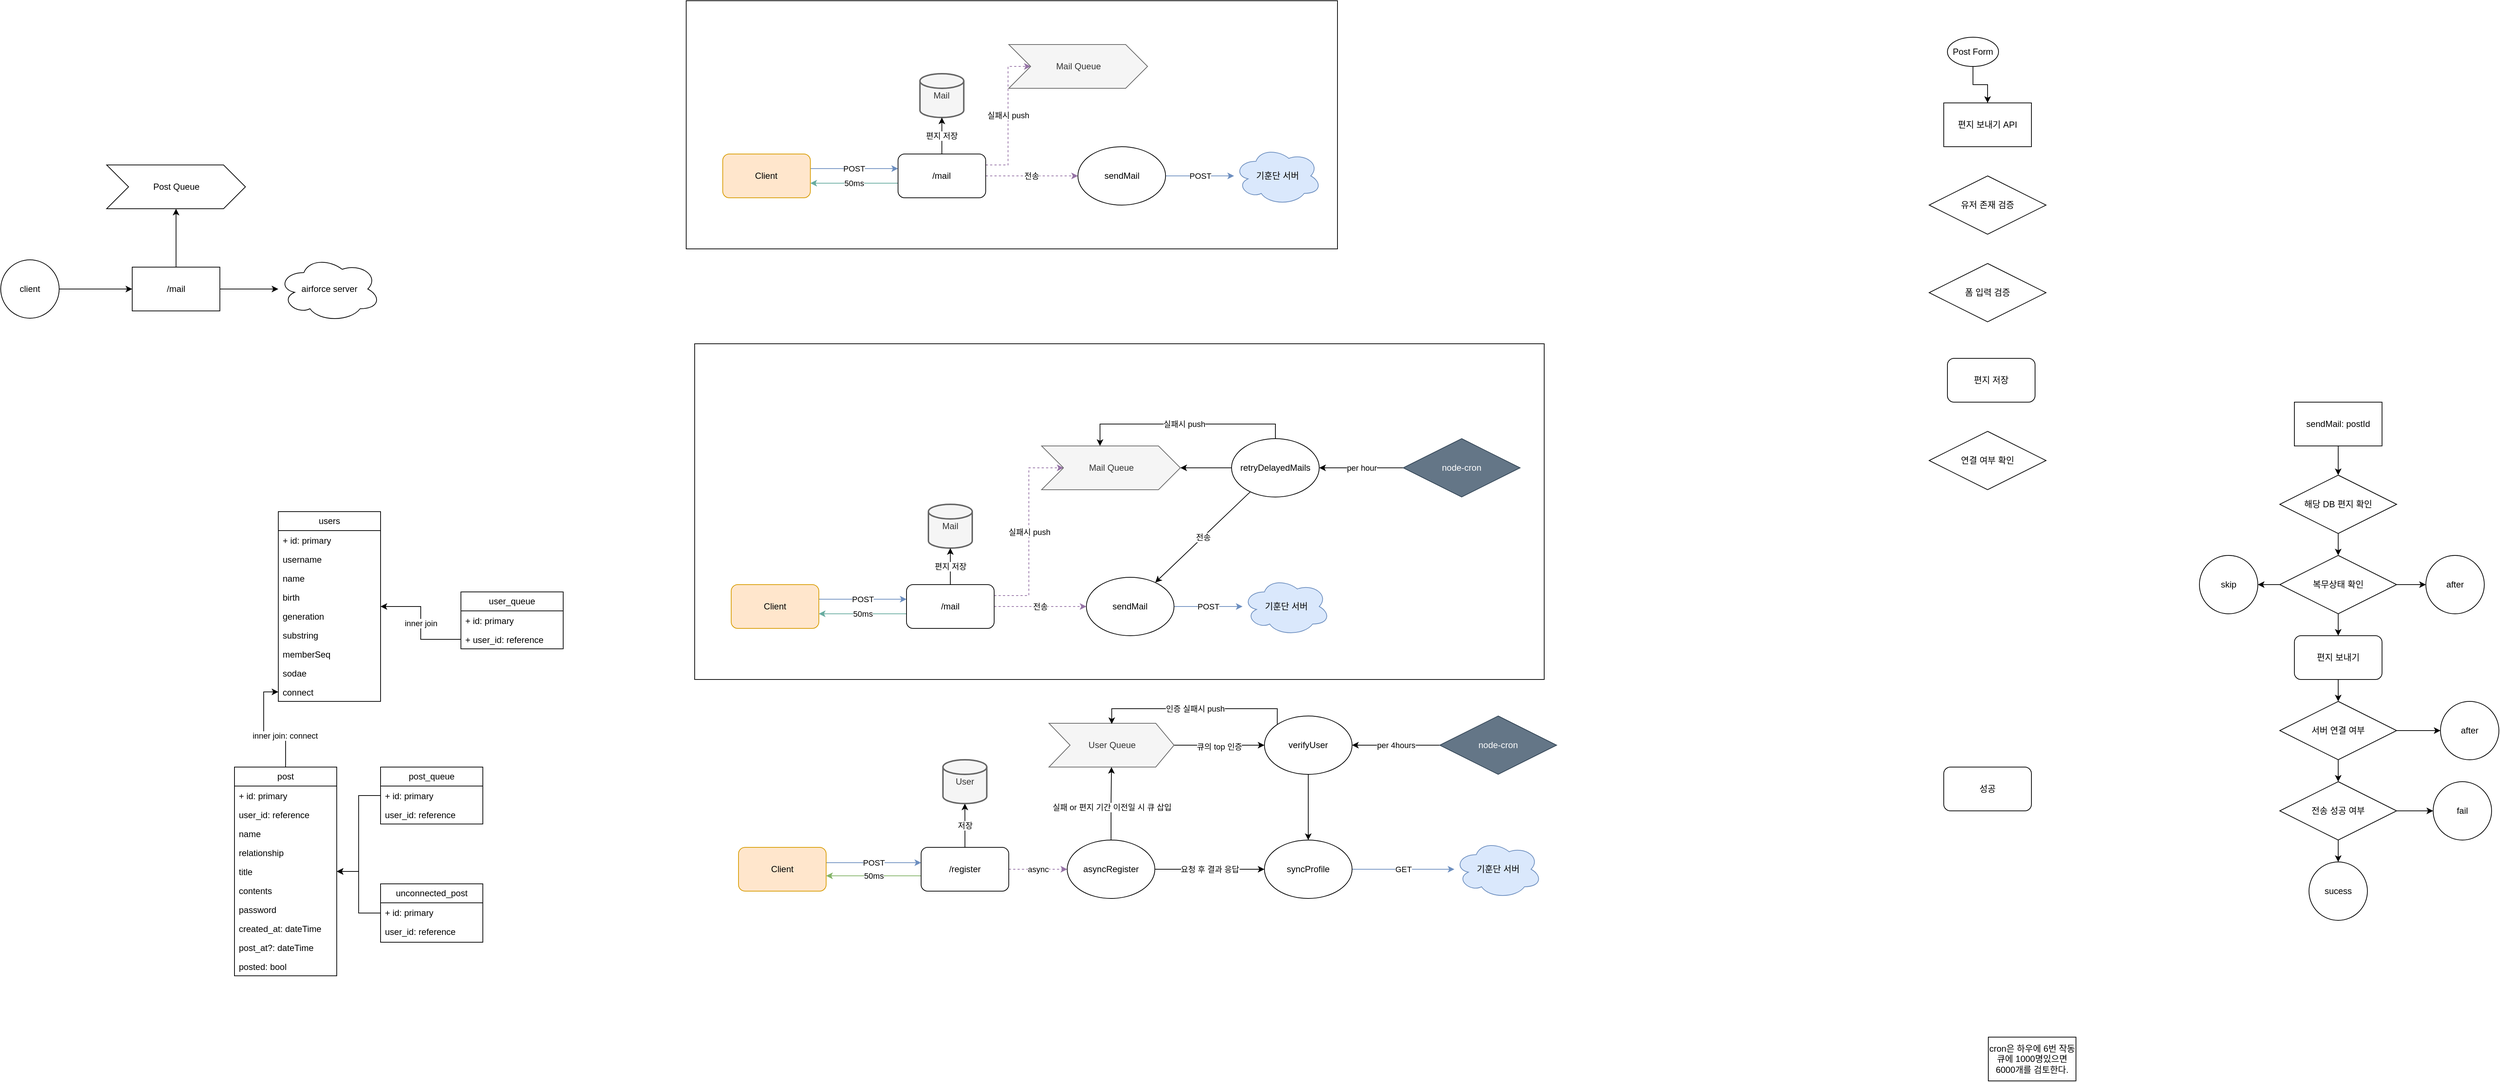
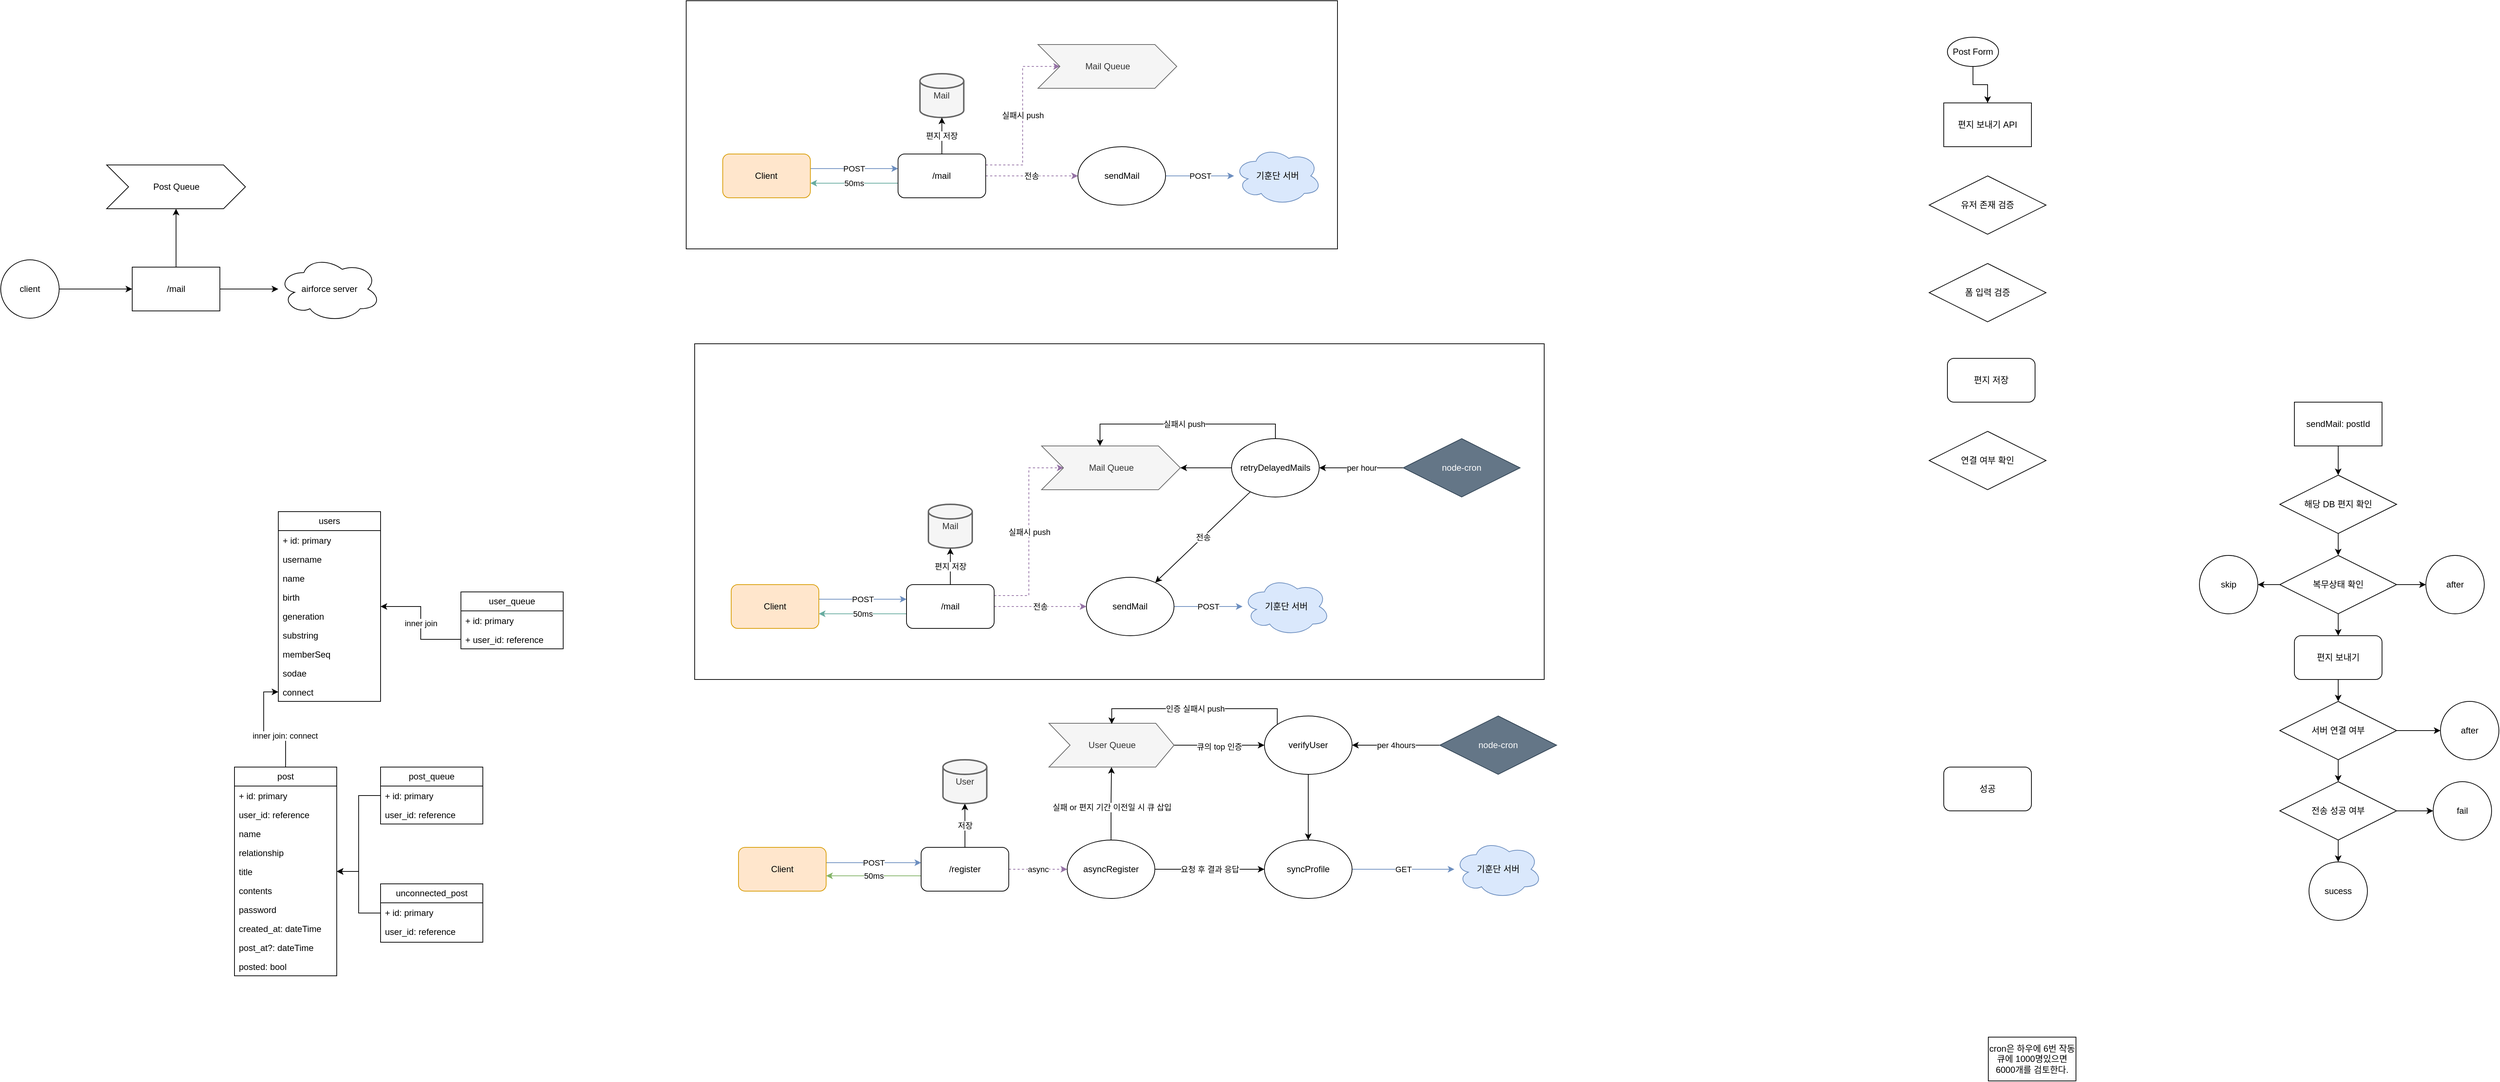
- <mxfile host="app.diagrams.net" modified="2024-05-12T14:31:56.970Z" agent="Mozilla/5.0 (Windows NT 10.0; Win64; x64) AppleWebKit/537.36 (KHTML, like Gecko) Chrome/98.0.4758.102 Safari/537.36" etag="_tGwEDB1oox2hrpPnAyr" version="24.4.0" type="github">
+ <mxfile host="app.diagrams.net" modified="2024-05-12T14:56:53.868Z" agent="Mozilla/5.0 (Windows NT 10.0; Win64; x64) AppleWebKit/537.36 (KHTML, like Gecko) Chrome/98.0.4758.102 Safari/537.36" etag="oG6iJlk55wp5_YJlJopc" version="24.4.0" type="github">
  <diagram name="페이지-1" id="YYIqQqlZSumYDMB_ZiYN">
-     <mxGraphModel dx="2193" dy="1897" grid="1" gridSize="10" guides="1" tooltips="1" connect="1" arrows="1" fold="1" page="1" pageScale="1" pageWidth="827" pageHeight="1169" math="0" shadow="0">
+     <mxGraphModel dx="2420" dy="1955" grid="1" gridSize="10" guides="1" tooltips="1" connect="1" arrows="1" fold="1" page="1" pageScale="1" pageWidth="827" pageHeight="1169" math="0" shadow="0">
      <root>
        <mxCell id="0" />
        <mxCell id="1" parent="0" />
        <mxCell id="cLTC8Ta03XSz9wgc8oL8-10" value="" style="rounded=0;whiteSpace=wrap;html=1;" vertex="1" parent="1">
          <mxGeometry x="710" y="20" width="1163" height="460" as="geometry" />
        </mxCell>
        <mxCell id="AZsRamwOxZUp80OkMe_C-2" value="users" style="swimlane;fontStyle=0;childLayout=stackLayout;horizontal=1;startSize=26;fillColor=none;horizontalStack=0;resizeParent=1;resizeParentMax=0;resizeLast=0;collapsible=1;marginBottom=0;whiteSpace=wrap;html=1;" parent="1" vertex="1">
          <mxGeometry x="140" y="250" width="140" height="260" as="geometry" />
        </mxCell>
        <mxCell id="AZsRamwOxZUp80OkMe_C-3" value="+ id: primary" style="text;strokeColor=none;fillColor=none;align=left;verticalAlign=top;spacingLeft=4;spacingRight=4;overflow=hidden;rotatable=0;points=[[0,0.5],[1,0.5]];portConstraint=eastwest;whiteSpace=wrap;html=1;" parent="AZsRamwOxZUp80OkMe_C-2" vertex="1">
          <mxGeometry y="26" width="140" height="26" as="geometry" />
        </mxCell>
        <mxCell id="AZsRamwOxZUp80OkMe_C-4" value="username" style="text;strokeColor=none;fillColor=none;align=left;verticalAlign=top;spacingLeft=4;spacingRight=4;overflow=hidden;rotatable=0;points=[[0,0.5],[1,0.5]];portConstraint=eastwest;whiteSpace=wrap;html=1;" parent="AZsRamwOxZUp80OkMe_C-2" vertex="1">
          <mxGeometry y="52" width="140" height="26" as="geometry" />
        </mxCell>
        <mxCell id="AZsRamwOxZUp80OkMe_C-5" value="name" style="text;strokeColor=none;fillColor=none;align=left;verticalAlign=top;spacingLeft=4;spacingRight=4;overflow=hidden;rotatable=0;points=[[0,0.5],[1,0.5]];portConstraint=eastwest;whiteSpace=wrap;html=1;" parent="AZsRamwOxZUp80OkMe_C-2" vertex="1">
          <mxGeometry y="78" width="140" height="26" as="geometry" />
        </mxCell>
        <mxCell id="AZsRamwOxZUp80OkMe_C-10" value="birth" style="text;strokeColor=none;fillColor=none;align=left;verticalAlign=top;spacingLeft=4;spacingRight=4;overflow=hidden;rotatable=0;points=[[0,0.5],[1,0.5]];portConstraint=eastwest;whiteSpace=wrap;html=1;" parent="AZsRamwOxZUp80OkMe_C-2" vertex="1">
          <mxGeometry y="104" width="140" height="26" as="geometry" />
        </mxCell>
        <mxCell id="AZsRamwOxZUp80OkMe_C-11" value="generation" style="text;strokeColor=none;fillColor=none;align=left;verticalAlign=top;spacingLeft=4;spacingRight=4;overflow=hidden;rotatable=0;points=[[0,0.5],[1,0.5]];portConstraint=eastwest;whiteSpace=wrap;html=1;" parent="AZsRamwOxZUp80OkMe_C-2" vertex="1">
          <mxGeometry y="130" width="140" height="26" as="geometry" />
        </mxCell>
        <mxCell id="AZsRamwOxZUp80OkMe_C-12" value="substring" style="text;strokeColor=none;fillColor=none;align=left;verticalAlign=top;spacingLeft=4;spacingRight=4;overflow=hidden;rotatable=0;points=[[0,0.5],[1,0.5]];portConstraint=eastwest;whiteSpace=wrap;html=1;" parent="AZsRamwOxZUp80OkMe_C-2" vertex="1">
          <mxGeometry y="156" width="140" height="26" as="geometry" />
        </mxCell>
        <mxCell id="AZsRamwOxZUp80OkMe_C-15" value="memberSeq" style="text;strokeColor=none;fillColor=none;align=left;verticalAlign=top;spacingLeft=4;spacingRight=4;overflow=hidden;rotatable=0;points=[[0,0.5],[1,0.5]];portConstraint=eastwest;whiteSpace=wrap;html=1;" parent="AZsRamwOxZUp80OkMe_C-2" vertex="1">
          <mxGeometry y="182" width="140" height="26" as="geometry" />
        </mxCell>
        <mxCell id="AZsRamwOxZUp80OkMe_C-14" value="sodae" style="text;strokeColor=none;fillColor=none;align=left;verticalAlign=top;spacingLeft=4;spacingRight=4;overflow=hidden;rotatable=0;points=[[0,0.5],[1,0.5]];portConstraint=eastwest;whiteSpace=wrap;html=1;" parent="AZsRamwOxZUp80OkMe_C-2" vertex="1">
          <mxGeometry y="208" width="140" height="26" as="geometry" />
        </mxCell>
        <mxCell id="AZsRamwOxZUp80OkMe_C-16" value="connect" style="text;strokeColor=none;fillColor=none;align=left;verticalAlign=top;spacingLeft=4;spacingRight=4;overflow=hidden;rotatable=0;points=[[0,0.5],[1,0.5]];portConstraint=eastwest;whiteSpace=wrap;html=1;" parent="AZsRamwOxZUp80OkMe_C-2" vertex="1">
          <mxGeometry y="234" width="140" height="26" as="geometry" />
        </mxCell>
        <mxCell id="AZsRamwOxZUp80OkMe_C-6" value="user_queue" style="swimlane;fontStyle=0;childLayout=stackLayout;horizontal=1;startSize=26;fillColor=none;horizontalStack=0;resizeParent=1;resizeParentMax=0;resizeLast=0;collapsible=1;marginBottom=0;whiteSpace=wrap;html=1;" parent="1" vertex="1">
          <mxGeometry x="390" y="360" width="140" height="78" as="geometry" />
        </mxCell>
        <mxCell id="AZsRamwOxZUp80OkMe_C-18" value="+ id: primary" style="text;strokeColor=none;fillColor=none;align=left;verticalAlign=top;spacingLeft=4;spacingRight=4;overflow=hidden;rotatable=0;points=[[0,0.5],[1,0.5]];portConstraint=eastwest;whiteSpace=wrap;html=1;" parent="AZsRamwOxZUp80OkMe_C-6" vertex="1">
          <mxGeometry y="26" width="140" height="26" as="geometry" />
        </mxCell>
        <mxCell id="AZsRamwOxZUp80OkMe_C-7" value="+ user_id: reference" style="text;strokeColor=none;fillColor=none;align=left;verticalAlign=top;spacingLeft=4;spacingRight=4;overflow=hidden;rotatable=0;points=[[0,0.5],[1,0.5]];portConstraint=eastwest;whiteSpace=wrap;html=1;" parent="AZsRamwOxZUp80OkMe_C-6" vertex="1">
          <mxGeometry y="52" width="140" height="26" as="geometry" />
        </mxCell>
        <mxCell id="AZsRamwOxZUp80OkMe_C-19" value="inner join" style="edgeStyle=orthogonalEdgeStyle;rounded=0;orthogonalLoop=1;jettySize=auto;html=1;" parent="1" source="AZsRamwOxZUp80OkMe_C-7" target="AZsRamwOxZUp80OkMe_C-2" edge="1">
          <mxGeometry relative="1" as="geometry" />
        </mxCell>
        <mxCell id="F6sanjwA14LKa2ckui42-2" style="edgeStyle=orthogonalEdgeStyle;rounded=0;orthogonalLoop=1;jettySize=auto;html=1;" parent="1" source="AZsRamwOxZUp80OkMe_C-20" target="AZsRamwOxZUp80OkMe_C-16" edge="1">
          <mxGeometry relative="1" as="geometry" />
        </mxCell>
        <mxCell id="F6sanjwA14LKa2ckui42-3" value="inner join: connect" style="edgeLabel;html=1;align=center;verticalAlign=middle;resizable=0;points=[];" parent="F6sanjwA14LKa2ckui42-2" vertex="1" connectable="0">
          <mxGeometry x="-0.4284" y="1" relative="1" as="geometry">
            <mxPoint as="offset" />
          </mxGeometry>
        </mxCell>
        <mxCell id="AZsRamwOxZUp80OkMe_C-20" value="post" style="swimlane;fontStyle=0;childLayout=stackLayout;horizontal=1;startSize=26;fillColor=none;horizontalStack=0;resizeParent=1;resizeParentMax=0;resizeLast=0;collapsible=1;marginBottom=0;whiteSpace=wrap;html=1;" parent="1" vertex="1">
          <mxGeometry x="80" y="600" width="140" height="286" as="geometry" />
        </mxCell>
        <mxCell id="AZsRamwOxZUp80OkMe_C-21" value="+ id: primary" style="text;strokeColor=none;fillColor=none;align=left;verticalAlign=top;spacingLeft=4;spacingRight=4;overflow=hidden;rotatable=0;points=[[0,0.5],[1,0.5]];portConstraint=eastwest;whiteSpace=wrap;html=1;" parent="AZsRamwOxZUp80OkMe_C-20" vertex="1">
          <mxGeometry y="26" width="140" height="26" as="geometry" />
        </mxCell>
        <mxCell id="AZsRamwOxZUp80OkMe_C-22" value="user_id: reference" style="text;strokeColor=none;fillColor=none;align=left;verticalAlign=top;spacingLeft=4;spacingRight=4;overflow=hidden;rotatable=0;points=[[0,0.5],[1,0.5]];portConstraint=eastwest;whiteSpace=wrap;html=1;" parent="AZsRamwOxZUp80OkMe_C-20" vertex="1">
          <mxGeometry y="52" width="140" height="26" as="geometry" />
        </mxCell>
        <mxCell id="AZsRamwOxZUp80OkMe_C-23" value="name" style="text;strokeColor=none;fillColor=none;align=left;verticalAlign=top;spacingLeft=4;spacingRight=4;overflow=hidden;rotatable=0;points=[[0,0.5],[1,0.5]];portConstraint=eastwest;whiteSpace=wrap;html=1;" parent="AZsRamwOxZUp80OkMe_C-20" vertex="1">
          <mxGeometry y="78" width="140" height="26" as="geometry" />
        </mxCell>
        <mxCell id="AZsRamwOxZUp80OkMe_C-24" value="relationship" style="text;strokeColor=none;fillColor=none;align=left;verticalAlign=top;spacingLeft=4;spacingRight=4;overflow=hidden;rotatable=0;points=[[0,0.5],[1,0.5]];portConstraint=eastwest;whiteSpace=wrap;html=1;" parent="AZsRamwOxZUp80OkMe_C-20" vertex="1">
          <mxGeometry y="104" width="140" height="26" as="geometry" />
        </mxCell>
        <mxCell id="AZsRamwOxZUp80OkMe_C-25" value="title" style="text;strokeColor=none;fillColor=none;align=left;verticalAlign=top;spacingLeft=4;spacingRight=4;overflow=hidden;rotatable=0;points=[[0,0.5],[1,0.5]];portConstraint=eastwest;whiteSpace=wrap;html=1;" parent="AZsRamwOxZUp80OkMe_C-20" vertex="1">
          <mxGeometry y="130" width="140" height="26" as="geometry" />
        </mxCell>
        <mxCell id="AZsRamwOxZUp80OkMe_C-26" value="contents" style="text;strokeColor=none;fillColor=none;align=left;verticalAlign=top;spacingLeft=4;spacingRight=4;overflow=hidden;rotatable=0;points=[[0,0.5],[1,0.5]];portConstraint=eastwest;whiteSpace=wrap;html=1;" parent="AZsRamwOxZUp80OkMe_C-20" vertex="1">
          <mxGeometry y="156" width="140" height="26" as="geometry" />
        </mxCell>
        <mxCell id="AZsRamwOxZUp80OkMe_C-27" value="password" style="text;strokeColor=none;fillColor=none;align=left;verticalAlign=top;spacingLeft=4;spacingRight=4;overflow=hidden;rotatable=0;points=[[0,0.5],[1,0.5]];portConstraint=eastwest;whiteSpace=wrap;html=1;" parent="AZsRamwOxZUp80OkMe_C-20" vertex="1">
          <mxGeometry y="182" width="140" height="26" as="geometry" />
        </mxCell>
        <mxCell id="AZsRamwOxZUp80OkMe_C-28" value="created_at: dateTime" style="text;strokeColor=none;fillColor=none;align=left;verticalAlign=top;spacingLeft=4;spacingRight=4;overflow=hidden;rotatable=0;points=[[0,0.5],[1,0.5]];portConstraint=eastwest;whiteSpace=wrap;html=1;" parent="AZsRamwOxZUp80OkMe_C-20" vertex="1">
          <mxGeometry y="208" width="140" height="26" as="geometry" />
        </mxCell>
        <mxCell id="AZsRamwOxZUp80OkMe_C-41" value="post_at?: dateTime" style="text;strokeColor=none;fillColor=none;align=left;verticalAlign=top;spacingLeft=4;spacingRight=4;overflow=hidden;rotatable=0;points=[[0,0.5],[1,0.5]];portConstraint=eastwest;whiteSpace=wrap;html=1;" parent="AZsRamwOxZUp80OkMe_C-20" vertex="1">
          <mxGeometry y="234" width="140" height="26" as="geometry" />
        </mxCell>
        <mxCell id="AZsRamwOxZUp80OkMe_C-42" value="posted: bool" style="text;strokeColor=none;fillColor=none;align=left;verticalAlign=top;spacingLeft=4;spacingRight=4;overflow=hidden;rotatable=0;points=[[0,0.5],[1,0.5]];portConstraint=eastwest;whiteSpace=wrap;html=1;" parent="AZsRamwOxZUp80OkMe_C-20" vertex="1">
          <mxGeometry y="260" width="140" height="26" as="geometry" />
        </mxCell>
        <mxCell id="F6sanjwA14LKa2ckui42-4" style="edgeStyle=orthogonalEdgeStyle;rounded=0;orthogonalLoop=1;jettySize=auto;html=1;" parent="1" source="AZsRamwOxZUp80OkMe_C-30" target="AZsRamwOxZUp80OkMe_C-20" edge="1">
          <mxGeometry relative="1" as="geometry" />
        </mxCell>
        <mxCell id="AZsRamwOxZUp80OkMe_C-30" value="post_queue" style="swimlane;fontStyle=0;childLayout=stackLayout;horizontal=1;startSize=26;fillColor=none;horizontalStack=0;resizeParent=1;resizeParentMax=0;resizeLast=0;collapsible=1;marginBottom=0;whiteSpace=wrap;html=1;" parent="1" vertex="1">
          <mxGeometry x="280" y="600" width="140" height="78" as="geometry" />
        </mxCell>
        <mxCell id="AZsRamwOxZUp80OkMe_C-31" value="+ id: primary" style="text;strokeColor=none;fillColor=none;align=left;verticalAlign=top;spacingLeft=4;spacingRight=4;overflow=hidden;rotatable=0;points=[[0,0.5],[1,0.5]];portConstraint=eastwest;whiteSpace=wrap;html=1;" parent="AZsRamwOxZUp80OkMe_C-30" vertex="1">
          <mxGeometry y="26" width="140" height="26" as="geometry" />
        </mxCell>
        <mxCell id="AZsRamwOxZUp80OkMe_C-32" value="user_id: reference" style="text;strokeColor=none;fillColor=none;align=left;verticalAlign=top;spacingLeft=4;spacingRight=4;overflow=hidden;rotatable=0;points=[[0,0.5],[1,0.5]];portConstraint=eastwest;whiteSpace=wrap;html=1;" parent="AZsRamwOxZUp80OkMe_C-30" vertex="1">
          <mxGeometry y="52" width="140" height="26" as="geometry" />
        </mxCell>
        <mxCell id="F6sanjwA14LKa2ckui42-5" style="edgeStyle=orthogonalEdgeStyle;rounded=0;orthogonalLoop=1;jettySize=auto;html=1;" parent="1" source="AZsRamwOxZUp80OkMe_C-46" target="AZsRamwOxZUp80OkMe_C-20" edge="1">
          <mxGeometry relative="1" as="geometry" />
        </mxCell>
        <mxCell id="AZsRamwOxZUp80OkMe_C-46" value="unconnected_post" style="swimlane;fontStyle=0;childLayout=stackLayout;horizontal=1;startSize=26;fillColor=none;horizontalStack=0;resizeParent=1;resizeParentMax=0;resizeLast=0;collapsible=1;marginBottom=0;whiteSpace=wrap;html=1;" parent="1" vertex="1">
          <mxGeometry x="280" y="760" width="140" height="80" as="geometry" />
        </mxCell>
        <mxCell id="AZsRamwOxZUp80OkMe_C-47" value="+ id: primary" style="text;strokeColor=none;fillColor=none;align=left;verticalAlign=top;spacingLeft=4;spacingRight=4;overflow=hidden;rotatable=0;points=[[0,0.5],[1,0.5]];portConstraint=eastwest;whiteSpace=wrap;html=1;" parent="AZsRamwOxZUp80OkMe_C-46" vertex="1">
          <mxGeometry y="26" width="140" height="26" as="geometry" />
        </mxCell>
        <mxCell id="AZsRamwOxZUp80OkMe_C-48" value="user_id: reference" style="text;strokeColor=none;fillColor=none;align=left;verticalAlign=top;spacingLeft=4;spacingRight=4;overflow=hidden;rotatable=0;points=[[0,0.5],[1,0.5]];portConstraint=eastwest;whiteSpace=wrap;html=1;" parent="AZsRamwOxZUp80OkMe_C-46" vertex="1">
          <mxGeometry y="52" width="140" height="28" as="geometry" />
        </mxCell>
        <mxCell id="wQPPLxiwdvjhVnuzjJRF-10" value="실패시 push" style="edgeStyle=elbowEdgeStyle;rounded=0;orthogonalLoop=1;jettySize=auto;html=1;fillColor=#e1d5e7;strokeColor=#9673a6;dashed=1;entryX=0;entryY=0.5;entryDx=30;entryDy=0;entryPerimeter=0;exitX=1;exitY=0.25;exitDx=0;exitDy=0;" parent="1" source="TXcI-fBlLuWAS2TPfB02-22" target="TXcI-fBlLuWAS2TPfB02-9" edge="1">
          <mxGeometry relative="1" as="geometry">
            <mxPoint x="1282.5" y="365" as="sourcePoint" />
          </mxGeometry>
        </mxCell>
        <mxCell id="wQPPLxiwdvjhVnuzjJRF-13" value="POST" style="rounded=0;orthogonalLoop=1;jettySize=auto;html=1;startArrow=none;startFill=0;fillColor=#dae8fc;strokeColor=#6c8ebf;" parent="1" source="wQPPLxiwdvjhVnuzjJRF-19" target="TXcI-fBlLuWAS2TPfB02-2" edge="1">
          <mxGeometry relative="1" as="geometry" />
        </mxCell>
        <mxCell id="TXcI-fBlLuWAS2TPfB02-2" value="기훈단 서버" style="ellipse;shape=cloud;whiteSpace=wrap;html=1;fillColor=#dae8fc;strokeColor=#6c8ebf;" parent="1" vertex="1">
          <mxGeometry x="1460" y="340" width="120" height="80" as="geometry" />
        </mxCell>
        <mxCell id="TXcI-fBlLuWAS2TPfB02-11" value="" style="edgeStyle=orthogonalEdgeStyle;rounded=0;orthogonalLoop=1;jettySize=auto;html=1;" parent="1" source="wQPPLxiwdvjhVnuzjJRF-23" target="TXcI-fBlLuWAS2TPfB02-9" edge="1">
          <mxGeometry relative="1" as="geometry">
            <mxPoint x="1449.9099999999999" y="220" as="targetPoint" />
            <Array as="points" />
          </mxGeometry>
        </mxCell>
        <mxCell id="TXcI-fBlLuWAS2TPfB02-9" value="Mail Queue" style="html=1;shadow=0;dashed=0;align=center;verticalAlign=middle;shape=mxgraph.arrows2.arrow;dy=0;dx=30;notch=30;fillColor=#f5f5f5;fontColor=#333333;strokeColor=#666666;" parent="1" vertex="1">
          <mxGeometry x="1184.91" y="160" width="190" height="60" as="geometry" />
        </mxCell>
        <mxCell id="TXcI-fBlLuWAS2TPfB02-21" value="POST" style="edgeStyle=orthogonalEdgeStyle;rounded=0;orthogonalLoop=1;jettySize=auto;html=1;fillColor=#dae8fc;strokeColor=#6c8ebf;" parent="1" source="TXcI-fBlLuWAS2TPfB02-19" target="TXcI-fBlLuWAS2TPfB02-22" edge="1">
          <mxGeometry relative="1" as="geometry">
            <mxPoint x="970" y="380" as="targetPoint" />
            <Array as="points">
              <mxPoint x="960" y="370" />
              <mxPoint x="960" y="370" />
            </Array>
          </mxGeometry>
        </mxCell>
        <mxCell id="TXcI-fBlLuWAS2TPfB02-19" value="Client" style="rounded=1;whiteSpace=wrap;html=1;fillColor=#ffe6cc;strokeColor=#d79b00;" parent="1" vertex="1">
          <mxGeometry x="760" y="350" width="120" height="60" as="geometry" />
        </mxCell>
        <mxCell id="TXcI-fBlLuWAS2TPfB02-20" value="Mail" style="strokeWidth=2;html=1;shape=mxgraph.flowchart.database;whiteSpace=wrap;fillColor=#f5f5f5;fontColor=#333333;strokeColor=#666666;" parent="1" vertex="1">
          <mxGeometry x="1030" y="240" width="60" height="60" as="geometry" />
        </mxCell>
        <mxCell id="TXcI-fBlLuWAS2TPfB02-23" value="편지 저장" style="edgeStyle=orthogonalEdgeStyle;rounded=0;orthogonalLoop=1;jettySize=auto;html=1;" parent="1" source="TXcI-fBlLuWAS2TPfB02-22" target="TXcI-fBlLuWAS2TPfB02-20" edge="1">
          <mxGeometry relative="1" as="geometry" />
        </mxCell>
        <mxCell id="TXcI-fBlLuWAS2TPfB02-24" value="전송" style="edgeStyle=orthogonalEdgeStyle;rounded=0;orthogonalLoop=1;jettySize=auto;html=1;dashed=1;fillColor=#e1d5e7;strokeColor=#9673a6;" parent="1" source="TXcI-fBlLuWAS2TPfB02-22" target="wQPPLxiwdvjhVnuzjJRF-19" edge="1">
          <mxGeometry relative="1" as="geometry">
            <mxPoint x="1260" y="380" as="targetPoint" />
          </mxGeometry>
        </mxCell>
        <mxCell id="TXcI-fBlLuWAS2TPfB02-26" value="50ms" style="edgeStyle=orthogonalEdgeStyle;rounded=0;orthogonalLoop=1;jettySize=auto;html=1;strokeColor=#67AB9F;" parent="1" source="TXcI-fBlLuWAS2TPfB02-22" target="TXcI-fBlLuWAS2TPfB02-19" edge="1">
          <mxGeometry relative="1" as="geometry">
            <Array as="points">
              <mxPoint x="960" y="390" />
              <mxPoint x="960" y="390" />
            </Array>
          </mxGeometry>
        </mxCell>
        <mxCell id="TXcI-fBlLuWAS2TPfB02-22" value="/mail" style="rounded=1;whiteSpace=wrap;html=1;" parent="1" vertex="1">
          <mxGeometry x="1000" y="350" width="120" height="60" as="geometry" />
        </mxCell>
        <mxCell id="wQPPLxiwdvjhVnuzjJRF-21" value="per hour" style="rounded=0;orthogonalLoop=1;jettySize=auto;html=1;edgeStyle=orthogonalEdgeStyle;" parent="1" source="TXcI-fBlLuWAS2TPfB02-27" target="wQPPLxiwdvjhVnuzjJRF-23" edge="1">
          <mxGeometry relative="1" as="geometry" />
        </mxCell>
        <mxCell id="TXcI-fBlLuWAS2TPfB02-27" value="node-cron" style="rhombus;whiteSpace=wrap;html=1;fillColor=#647687;fontColor=#ffffff;strokeColor=#314354;" parent="1" vertex="1">
          <mxGeometry x="1680" y="150" width="160" height="80" as="geometry" />
        </mxCell>
        <mxCell id="u-H9VCNATk9NBnKGN-eY-5" value="POST" style="edgeStyle=orthogonalEdgeStyle;rounded=0;orthogonalLoop=1;jettySize=auto;html=1;fillColor=#dae8fc;strokeColor=#6c8ebf;" parent="1" edge="1">
          <mxGeometry relative="1" as="geometry">
            <mxPoint x="890" y="731" as="sourcePoint" />
            <mxPoint x="1020" y="731" as="targetPoint" />
          </mxGeometry>
        </mxCell>
        <mxCell id="TXcI-fBlLuWAS2TPfB02-53" value="Client" style="rounded=1;whiteSpace=wrap;html=1;fillColor=#ffe6cc;strokeColor=#d79b00;" parent="1" vertex="1">
          <mxGeometry x="770.0000000000001" y="710" width="120" height="60" as="geometry" />
        </mxCell>
        <mxCell id="TXcI-fBlLuWAS2TPfB02-57" value="async" style="edgeStyle=orthogonalEdgeStyle;rounded=0;orthogonalLoop=1;jettySize=auto;html=1;dashed=1;fillColor=#e1d5e7;strokeColor=#9673a6;" parent="1" source="TXcI-fBlLuWAS2TPfB02-54" target="TXcI-fBlLuWAS2TPfB02-56" edge="1">
          <mxGeometry relative="1" as="geometry" />
        </mxCell>
        <mxCell id="TXcI-fBlLuWAS2TPfB02-59" value="50ms" style="edgeStyle=orthogonalEdgeStyle;rounded=0;orthogonalLoop=1;jettySize=auto;html=1;fillColor=#d5e8d4;strokeColor=#82b366;" parent="1" edge="1">
          <mxGeometry relative="1" as="geometry">
            <mxPoint x="1020" y="749" as="sourcePoint" />
            <mxPoint x="890" y="749" as="targetPoint" />
          </mxGeometry>
        </mxCell>
        <mxCell id="TXcI-fBlLuWAS2TPfB02-65" value="저장" style="edgeStyle=orthogonalEdgeStyle;rounded=0;orthogonalLoop=1;jettySize=auto;html=1;" parent="1" source="TXcI-fBlLuWAS2TPfB02-54" target="TXcI-fBlLuWAS2TPfB02-64" edge="1">
          <mxGeometry relative="1" as="geometry" />
        </mxCell>
        <mxCell id="TXcI-fBlLuWAS2TPfB02-54" value="/register" style="rounded=1;whiteSpace=wrap;html=1;" parent="1" vertex="1">
          <mxGeometry x="1020" y="710" width="120" height="60" as="geometry" />
        </mxCell>
        <mxCell id="TXcI-fBlLuWAS2TPfB02-69" style="edgeStyle=orthogonalEdgeStyle;rounded=0;orthogonalLoop=1;jettySize=auto;html=1;" parent="1" source="TXcI-fBlLuWAS2TPfB02-56" target="TXcI-fBlLuWAS2TPfB02-61" edge="1">
          <mxGeometry relative="1" as="geometry" />
        </mxCell>
        <mxCell id="y1SOeucjYuMJN-nhCAUV-7" value="실패 or 편지 기간 이전일 시 큐 삽입" style="edgeLabel;html=1;align=center;verticalAlign=middle;resizable=0;points=[];" parent="TXcI-fBlLuWAS2TPfB02-69" vertex="1" connectable="0">
          <mxGeometry x="-0.1037" y="-1" relative="1" as="geometry">
            <mxPoint as="offset" />
          </mxGeometry>
        </mxCell>
        <mxCell id="K3UKubzrvV4H-gYz2n_W-7" value="요청 후 결과 응답" style="edgeStyle=orthogonalEdgeStyle;rounded=0;orthogonalLoop=1;jettySize=auto;html=1;" parent="1" source="TXcI-fBlLuWAS2TPfB02-56" target="K3UKubzrvV4H-gYz2n_W-2" edge="1">
          <mxGeometry relative="1" as="geometry" />
        </mxCell>
        <mxCell id="TXcI-fBlLuWAS2TPfB02-56" value="asyncRegister" style="ellipse;whiteSpace=wrap;html=1;" parent="1" vertex="1">
          <mxGeometry x="1220" y="700" width="120" height="80" as="geometry" />
        </mxCell>
        <mxCell id="TXcI-fBlLuWAS2TPfB02-71" style="edgeStyle=orthogonalEdgeStyle;rounded=0;orthogonalLoop=1;jettySize=auto;html=1;" parent="1" source="TXcI-fBlLuWAS2TPfB02-61" target="K3UKubzrvV4H-gYz2n_W-4" edge="1">
          <mxGeometry relative="1" as="geometry">
            <mxPoint x="1440" y="610" as="targetPoint" />
          </mxGeometry>
        </mxCell>
        <mxCell id="y1SOeucjYuMJN-nhCAUV-8" value="큐의 top 인증" style="edgeLabel;html=1;align=center;verticalAlign=middle;resizable=0;points=[];" parent="TXcI-fBlLuWAS2TPfB02-71" vertex="1" connectable="0">
          <mxGeometry x="-0.0036" y="-2" relative="1" as="geometry">
            <mxPoint as="offset" />
          </mxGeometry>
        </mxCell>
        <mxCell id="TXcI-fBlLuWAS2TPfB02-61" value="User Queue" style="html=1;shadow=0;dashed=0;align=center;verticalAlign=middle;shape=mxgraph.arrows2.arrow;dy=0;dx=25;notch=29;fillColor=#f5f5f5;fontColor=#333333;strokeColor=#666666;" parent="1" vertex="1">
          <mxGeometry x="1195" y="540" width="171.25" height="60" as="geometry" />
        </mxCell>
        <mxCell id="TXcI-fBlLuWAS2TPfB02-64" value="User" style="strokeWidth=2;html=1;shape=mxgraph.flowchart.database;whiteSpace=wrap;fillColor=#f5f5f5;fontColor=#333333;strokeColor=#666666;" parent="1" vertex="1">
          <mxGeometry x="1049.91" y="590" width="60" height="60" as="geometry" />
        </mxCell>
        <mxCell id="TXcI-fBlLuWAS2TPfB02-66" value="기훈단 서버" style="ellipse;shape=cloud;whiteSpace=wrap;html=1;fillColor=#dae8fc;strokeColor=#6c8ebf;" parent="1" vertex="1">
          <mxGeometry x="1750" y="700" width="120" height="80" as="geometry" />
        </mxCell>
        <mxCell id="TXcI-fBlLuWAS2TPfB02-81" value="cron은 하우에 6번 작동&lt;div&gt;큐에 1000명있으면&lt;/div&gt;&lt;div&gt;6000개를 검토한다.&lt;/div&gt;" style="whiteSpace=wrap;html=1;" parent="1" vertex="1">
          <mxGeometry x="2481" y="970" width="120" height="60" as="geometry" />
        </mxCell>
        <mxCell id="6U6_2w2MqQ0kD7e6yzDg-1" value="편지 보내기 API" style="rounded=0;whiteSpace=wrap;html=1;" parent="1" vertex="1">
          <mxGeometry x="2420" y="-310" width="120" height="60" as="geometry" />
        </mxCell>
        <mxCell id="6U6_2w2MqQ0kD7e6yzDg-3" style="edgeStyle=orthogonalEdgeStyle;rounded=0;orthogonalLoop=1;jettySize=auto;html=1;" parent="1" source="6U6_2w2MqQ0kD7e6yzDg-2" target="6U6_2w2MqQ0kD7e6yzDg-1" edge="1">
          <mxGeometry relative="1" as="geometry" />
        </mxCell>
        <mxCell id="6U6_2w2MqQ0kD7e6yzDg-2" value="Post Form" style="ellipse;whiteSpace=wrap;html=1;" parent="1" vertex="1">
          <mxGeometry x="2425" y="-400" width="70" height="40" as="geometry" />
        </mxCell>
        <mxCell id="6U6_2w2MqQ0kD7e6yzDg-4" value="유저 존재 검증" style="rhombus;whiteSpace=wrap;html=1;" parent="1" vertex="1">
          <mxGeometry x="2400" y="-210" width="160" height="80" as="geometry" />
        </mxCell>
        <mxCell id="6U6_2w2MqQ0kD7e6yzDg-5" value="폼 입력 검증" style="rhombus;whiteSpace=wrap;html=1;" parent="1" vertex="1">
          <mxGeometry x="2400" y="-90" width="160" height="80" as="geometry" />
        </mxCell>
        <mxCell id="6U6_2w2MqQ0kD7e6yzDg-6" value="편지 저장" style="rounded=1;whiteSpace=wrap;html=1;" parent="1" vertex="1">
          <mxGeometry x="2425" y="40" width="120" height="60" as="geometry" />
        </mxCell>
        <mxCell id="6U6_2w2MqQ0kD7e6yzDg-7" value="연결 여부 확인" style="rhombus;whiteSpace=wrap;html=1;" parent="1" vertex="1">
          <mxGeometry x="2400" y="140" width="160" height="80" as="geometry" />
        </mxCell>
        <mxCell id="6U6_2w2MqQ0kD7e6yzDg-30" style="edgeStyle=orthogonalEdgeStyle;rounded=0;orthogonalLoop=1;jettySize=auto;html=1;" parent="1" source="6U6_2w2MqQ0kD7e6yzDg-10" target="6U6_2w2MqQ0kD7e6yzDg-40" edge="1">
          <mxGeometry relative="1" as="geometry">
            <mxPoint x="2960" y="410" as="targetPoint" />
            <Array as="points" />
          </mxGeometry>
        </mxCell>
        <mxCell id="6U6_2w2MqQ0kD7e6yzDg-31" style="edgeStyle=orthogonalEdgeStyle;rounded=0;orthogonalLoop=1;jettySize=auto;html=1;" parent="1" source="6U6_2w2MqQ0kD7e6yzDg-10" target="6U6_2w2MqQ0kD7e6yzDg-22" edge="1">
          <mxGeometry relative="1" as="geometry" />
        </mxCell>
        <mxCell id="6U6_2w2MqQ0kD7e6yzDg-33" style="edgeStyle=orthogonalEdgeStyle;rounded=0;orthogonalLoop=1;jettySize=auto;html=1;" parent="1" source="6U6_2w2MqQ0kD7e6yzDg-10" target="6U6_2w2MqQ0kD7e6yzDg-32" edge="1">
          <mxGeometry relative="1" as="geometry" />
        </mxCell>
        <mxCell id="6U6_2w2MqQ0kD7e6yzDg-10" value="복무상태 확인" style="rhombus;whiteSpace=wrap;html=1;" parent="1" vertex="1">
          <mxGeometry x="2880" y="310" width="160" height="80" as="geometry" />
        </mxCell>
        <mxCell id="6U6_2w2MqQ0kD7e6yzDg-35" style="edgeStyle=orthogonalEdgeStyle;rounded=0;orthogonalLoop=1;jettySize=auto;html=1;" parent="1" source="6U6_2w2MqQ0kD7e6yzDg-11" target="6U6_2w2MqQ0kD7e6yzDg-34" edge="1">
          <mxGeometry relative="1" as="geometry" />
        </mxCell>
        <mxCell id="6U6_2w2MqQ0kD7e6yzDg-39" style="edgeStyle=orthogonalEdgeStyle;rounded=0;orthogonalLoop=1;jettySize=auto;html=1;" parent="1" source="6U6_2w2MqQ0kD7e6yzDg-11" target="6U6_2w2MqQ0kD7e6yzDg-36" edge="1">
          <mxGeometry relative="1" as="geometry" />
        </mxCell>
        <mxCell id="6U6_2w2MqQ0kD7e6yzDg-11" value="서버 연결 여부" style="rhombus;whiteSpace=wrap;html=1;" parent="1" vertex="1">
          <mxGeometry x="2880" y="510" width="160" height="80" as="geometry" />
        </mxCell>
        <mxCell id="6U6_2w2MqQ0kD7e6yzDg-12" value="성공" style="rounded=1;whiteSpace=wrap;html=1;" parent="1" vertex="1">
          <mxGeometry x="2420" y="600" width="120" height="60" as="geometry" />
        </mxCell>
        <mxCell id="6U6_2w2MqQ0kD7e6yzDg-16" style="edgeStyle=orthogonalEdgeStyle;rounded=0;orthogonalLoop=1;jettySize=auto;html=1;" parent="1" source="6U6_2w2MqQ0kD7e6yzDg-13" target="6U6_2w2MqQ0kD7e6yzDg-15" edge="1">
          <mxGeometry relative="1" as="geometry" />
        </mxCell>
        <mxCell id="6U6_2w2MqQ0kD7e6yzDg-13" value="sendMail: postId" style="rounded=0;whiteSpace=wrap;html=1;" parent="1" vertex="1">
          <mxGeometry x="2900" y="100" width="120" height="60" as="geometry" />
        </mxCell>
        <mxCell id="6U6_2w2MqQ0kD7e6yzDg-17" style="edgeStyle=orthogonalEdgeStyle;rounded=0;orthogonalLoop=1;jettySize=auto;html=1;" parent="1" source="6U6_2w2MqQ0kD7e6yzDg-15" target="6U6_2w2MqQ0kD7e6yzDg-10" edge="1">
          <mxGeometry relative="1" as="geometry" />
        </mxCell>
        <mxCell id="6U6_2w2MqQ0kD7e6yzDg-15" value="해당 DB 편지 확인" style="rhombus;whiteSpace=wrap;html=1;" parent="1" vertex="1">
          <mxGeometry x="2880" y="200" width="160" height="80" as="geometry" />
        </mxCell>
        <mxCell id="6U6_2w2MqQ0kD7e6yzDg-22" value="after" style="ellipse;whiteSpace=wrap;html=1;aspect=fixed;" parent="1" vertex="1">
          <mxGeometry x="3080" y="310" width="80" height="80" as="geometry" />
        </mxCell>
        <mxCell id="6U6_2w2MqQ0kD7e6yzDg-23" value="sucess" style="ellipse;whiteSpace=wrap;html=1;aspect=fixed;" parent="1" vertex="1">
          <mxGeometry x="2920" y="730" width="80" height="80" as="geometry" />
        </mxCell>
        <mxCell id="6U6_2w2MqQ0kD7e6yzDg-25" value="fail" style="ellipse;whiteSpace=wrap;html=1;aspect=fixed;" parent="1" vertex="1">
          <mxGeometry x="3090" y="620" width="80" height="80" as="geometry" />
        </mxCell>
        <mxCell id="6U6_2w2MqQ0kD7e6yzDg-32" value="skip" style="ellipse;whiteSpace=wrap;html=1;aspect=fixed;" parent="1" vertex="1">
          <mxGeometry x="2770" y="310" width="80" height="80" as="geometry" />
        </mxCell>
        <mxCell id="6U6_2w2MqQ0kD7e6yzDg-34" value="after" style="ellipse;whiteSpace=wrap;html=1;aspect=fixed;" parent="1" vertex="1">
          <mxGeometry x="3100" y="510" width="80" height="80" as="geometry" />
        </mxCell>
        <mxCell id="6U6_2w2MqQ0kD7e6yzDg-37" style="edgeStyle=orthogonalEdgeStyle;rounded=0;orthogonalLoop=1;jettySize=auto;html=1;" parent="1" source="6U6_2w2MqQ0kD7e6yzDg-36" target="6U6_2w2MqQ0kD7e6yzDg-25" edge="1">
          <mxGeometry relative="1" as="geometry" />
        </mxCell>
        <mxCell id="6U6_2w2MqQ0kD7e6yzDg-38" style="edgeStyle=orthogonalEdgeStyle;rounded=0;orthogonalLoop=1;jettySize=auto;html=1;" parent="1" source="6U6_2w2MqQ0kD7e6yzDg-36" target="6U6_2w2MqQ0kD7e6yzDg-23" edge="1">
          <mxGeometry relative="1" as="geometry" />
        </mxCell>
        <mxCell id="6U6_2w2MqQ0kD7e6yzDg-36" value="전송 성공 여부" style="rhombus;whiteSpace=wrap;html=1;" parent="1" vertex="1">
          <mxGeometry x="2880" y="620" width="160" height="80" as="geometry" />
        </mxCell>
        <mxCell id="6U6_2w2MqQ0kD7e6yzDg-42" style="edgeStyle=orthogonalEdgeStyle;rounded=0;orthogonalLoop=1;jettySize=auto;html=1;" parent="1" source="6U6_2w2MqQ0kD7e6yzDg-40" target="6U6_2w2MqQ0kD7e6yzDg-11" edge="1">
          <mxGeometry relative="1" as="geometry" />
        </mxCell>
        <mxCell id="6U6_2w2MqQ0kD7e6yzDg-40" value="편지 보내기" style="rounded=1;whiteSpace=wrap;html=1;" parent="1" vertex="1">
          <mxGeometry x="2900" y="420" width="120" height="60" as="geometry" />
        </mxCell>
        <mxCell id="wQPPLxiwdvjhVnuzjJRF-7" style="edgeStyle=orthogonalEdgeStyle;rounded=0;orthogonalLoop=1;jettySize=auto;html=1;" parent="1" source="wQPPLxiwdvjhVnuzjJRF-2" target="wQPPLxiwdvjhVnuzjJRF-6" edge="1">
          <mxGeometry relative="1" as="geometry" />
        </mxCell>
        <mxCell id="wQPPLxiwdvjhVnuzjJRF-9" style="edgeStyle=orthogonalEdgeStyle;rounded=0;orthogonalLoop=1;jettySize=auto;html=1;" parent="1" source="wQPPLxiwdvjhVnuzjJRF-2" target="wQPPLxiwdvjhVnuzjJRF-8" edge="1">
          <mxGeometry relative="1" as="geometry" />
        </mxCell>
        <mxCell id="wQPPLxiwdvjhVnuzjJRF-2" value="/mail" style="rounded=0;whiteSpace=wrap;html=1;" parent="1" vertex="1">
          <mxGeometry x="-60" y="-85" width="120" height="60" as="geometry" />
        </mxCell>
        <mxCell id="wQPPLxiwdvjhVnuzjJRF-5" style="edgeStyle=orthogonalEdgeStyle;rounded=0;orthogonalLoop=1;jettySize=auto;html=1;" parent="1" source="wQPPLxiwdvjhVnuzjJRF-4" target="wQPPLxiwdvjhVnuzjJRF-2" edge="1">
          <mxGeometry relative="1" as="geometry" />
        </mxCell>
        <mxCell id="wQPPLxiwdvjhVnuzjJRF-4" value="client" style="ellipse;whiteSpace=wrap;html=1;aspect=fixed;" parent="1" vertex="1">
          <mxGeometry x="-240" y="-95" width="80" height="80" as="geometry" />
        </mxCell>
        <mxCell id="wQPPLxiwdvjhVnuzjJRF-6" value="Post Queue" style="html=1;shadow=0;dashed=0;align=center;verticalAlign=middle;shape=mxgraph.arrows2.arrow;dy=0;dx=30;notch=30;" parent="1" vertex="1">
          <mxGeometry x="-95" y="-225" width="190" height="60" as="geometry" />
        </mxCell>
        <mxCell id="wQPPLxiwdvjhVnuzjJRF-8" value="airforce server" style="ellipse;shape=cloud;whiteSpace=wrap;html=1;" parent="1" vertex="1">
          <mxGeometry x="140" y="-100" width="140" height="90" as="geometry" />
        </mxCell>
        <mxCell id="wQPPLxiwdvjhVnuzjJRF-19" value="sendMail" style="ellipse;whiteSpace=wrap;html=1;" parent="1" vertex="1">
          <mxGeometry x="1246.25" y="340" width="120" height="80" as="geometry" />
        </mxCell>
        <mxCell id="wQPPLxiwdvjhVnuzjJRF-24" value="전송" style="rounded=0;orthogonalLoop=1;jettySize=auto;html=1;" parent="1" source="wQPPLxiwdvjhVnuzjJRF-23" target="wQPPLxiwdvjhVnuzjJRF-19" edge="1">
          <mxGeometry relative="1" as="geometry" />
        </mxCell>
        <mxCell id="cLTC8Ta03XSz9wgc8oL8-4" value="실패시 push" style="edgeStyle=orthogonalEdgeStyle;rounded=0;orthogonalLoop=1;jettySize=auto;html=1;entryX=0;entryY=0;entryDx=80;entryDy=0;entryPerimeter=0;exitX=0.5;exitY=0;exitDx=0;exitDy=0;" edge="1" parent="1" source="wQPPLxiwdvjhVnuzjJRF-23" target="TXcI-fBlLuWAS2TPfB02-9">
          <mxGeometry relative="1" as="geometry" />
        </mxCell>
        <mxCell id="wQPPLxiwdvjhVnuzjJRF-23" value="retryDelayedMails" style="ellipse;whiteSpace=wrap;html=1;" parent="1" vertex="1">
          <mxGeometry x="1445" y="150" width="120" height="80" as="geometry" />
        </mxCell>
        <mxCell id="K3UKubzrvV4H-gYz2n_W-5" value="per 4hours" style="edgeStyle=orthogonalEdgeStyle;rounded=0;orthogonalLoop=1;jettySize=auto;html=1;" parent="1" source="K3UKubzrvV4H-gYz2n_W-1" target="K3UKubzrvV4H-gYz2n_W-4" edge="1">
          <mxGeometry relative="1" as="geometry" />
        </mxCell>
        <mxCell id="K3UKubzrvV4H-gYz2n_W-1" value="node-cron" style="rhombus;whiteSpace=wrap;html=1;fillColor=#647687;fontColor=#ffffff;strokeColor=#314354;" parent="1" vertex="1">
          <mxGeometry x="1730" y="530" width="160" height="80" as="geometry" />
        </mxCell>
        <mxCell id="K3UKubzrvV4H-gYz2n_W-3" value="GET" style="edgeStyle=orthogonalEdgeStyle;rounded=0;orthogonalLoop=1;jettySize=auto;html=1;fillColor=#dae8fc;strokeColor=#6c8ebf;" parent="1" source="K3UKubzrvV4H-gYz2n_W-2" target="TXcI-fBlLuWAS2TPfB02-66" edge="1">
          <mxGeometry relative="1" as="geometry" />
        </mxCell>
        <mxCell id="K3UKubzrvV4H-gYz2n_W-2" value="syncProfile" style="ellipse;whiteSpace=wrap;html=1;" parent="1" vertex="1">
          <mxGeometry x="1490" y="700" width="120" height="80" as="geometry" />
        </mxCell>
        <mxCell id="K3UKubzrvV4H-gYz2n_W-6" style="edgeStyle=orthogonalEdgeStyle;rounded=0;orthogonalLoop=1;jettySize=auto;html=1;" parent="1" source="K3UKubzrvV4H-gYz2n_W-4" target="K3UKubzrvV4H-gYz2n_W-2" edge="1">
          <mxGeometry relative="1" as="geometry" />
        </mxCell>
        <mxCell id="K3UKubzrvV4H-gYz2n_W-8" value="인증 실패시 push" style="edgeStyle=orthogonalEdgeStyle;rounded=0;orthogonalLoop=1;jettySize=auto;html=1;exitX=0;exitY=0;exitDx=0;exitDy=0;entryX=0.502;entryY=0.017;entryDx=0;entryDy=0;entryPerimeter=0;" parent="1" source="K3UKubzrvV4H-gYz2n_W-4" target="TXcI-fBlLuWAS2TPfB02-61" edge="1">
          <mxGeometry relative="1" as="geometry">
            <mxPoint x="1300" y="480" as="targetPoint" />
            <Array as="points">
              <mxPoint x="1508" y="520" />
              <mxPoint x="1281" y="520" />
            </Array>
          </mxGeometry>
        </mxCell>
        <mxCell id="K3UKubzrvV4H-gYz2n_W-4" value="verifyUser" style="ellipse;whiteSpace=wrap;html=1;" parent="1" vertex="1">
          <mxGeometry x="1490" y="530" width="120" height="80" as="geometry" />
        </mxCell>
-         <mxCell id="cLTC8Ta03XSz9wgc8oL8-11" value="" style="rounded=0;whiteSpace=wrap;html=1;" vertex="1" parent="1">
+         <mxCell id="cLTC8Ta03XSz9wgc8oL8-30" value="" style="group" vertex="1" connectable="0" parent="1">
          <mxGeometry x="698.41" y="-450" width="891.59" height="340" as="geometry" />
        </mxCell>
-         <mxCell id="cLTC8Ta03XSz9wgc8oL8-12" value="실패시 push" style="edgeStyle=elbowEdgeStyle;rounded=0;orthogonalLoop=1;jettySize=auto;html=1;fillColor=#e1d5e7;strokeColor=#9673a6;dashed=1;entryX=0;entryY=0.5;entryDx=30;entryDy=0;entryPerimeter=0;exitX=1;exitY=0.25;exitDx=0;exitDy=0;" edge="1" parent="1" source="cLTC8Ta03XSz9wgc8oL8-23" target="cLTC8Ta03XSz9wgc8oL8-16">
-           <mxGeometry relative="1" as="geometry">
-             <mxPoint x="1270.91" y="-225" as="sourcePoint" />
-           </mxGeometry>
-         </mxCell>
-         <mxCell id="cLTC8Ta03XSz9wgc8oL8-13" value="POST" style="rounded=0;orthogonalLoop=1;jettySize=auto;html=1;startArrow=none;startFill=0;fillColor=#dae8fc;strokeColor=#6c8ebf;" edge="1" parent="1" source="cLTC8Ta03XSz9wgc8oL8-26" target="cLTC8Ta03XSz9wgc8oL8-14">
-           <mxGeometry relative="1" as="geometry" />
-         </mxCell>
-         <mxCell id="cLTC8Ta03XSz9wgc8oL8-14" value="기훈단 서버" style="ellipse;shape=cloud;whiteSpace=wrap;html=1;fillColor=#dae8fc;strokeColor=#6c8ebf;" vertex="1" parent="1">
-           <mxGeometry x="1448.41" y="-250" width="120" height="80" as="geometry" />
-         </mxCell>
-         <mxCell id="cLTC8Ta03XSz9wgc8oL8-16" value="Mail Queue" style="html=1;shadow=0;dashed=0;align=center;verticalAlign=middle;shape=mxgraph.arrows2.arrow;dy=0;dx=30;notch=30;fillColor=#f5f5f5;fontColor=#333333;strokeColor=#666666;" vertex="1" parent="1">
-           <mxGeometry x="1140.0000000000002" y="-390" width="190" height="60" as="geometry" />
-         </mxCell>
-         <mxCell id="cLTC8Ta03XSz9wgc8oL8-17" value="POST" style="edgeStyle=orthogonalEdgeStyle;rounded=0;orthogonalLoop=1;jettySize=auto;html=1;fillColor=#dae8fc;strokeColor=#6c8ebf;" edge="1" parent="1" source="cLTC8Ta03XSz9wgc8oL8-18" target="cLTC8Ta03XSz9wgc8oL8-23">
-           <mxGeometry relative="1" as="geometry">
-             <mxPoint x="958.41" y="-210" as="targetPoint" />
+         <mxCell id="cLTC8Ta03XSz9wgc8oL8-11" value="" style="rounded=0;whiteSpace=wrap;html=1;" vertex="1" parent="cLTC8Ta03XSz9wgc8oL8-30">
+           <mxGeometry width="891.59" height="340" as="geometry" />
+         </mxCell>
+         <mxCell id="cLTC8Ta03XSz9wgc8oL8-12" value="실패시 push" style="edgeStyle=elbowEdgeStyle;rounded=0;orthogonalLoop=1;jettySize=auto;html=1;fillColor=#e1d5e7;strokeColor=#9673a6;dashed=1;entryX=0;entryY=0.5;entryDx=30;entryDy=0;entryPerimeter=0;exitX=1;exitY=0.25;exitDx=0;exitDy=0;" edge="1" parent="cLTC8Ta03XSz9wgc8oL8-30" source="cLTC8Ta03XSz9wgc8oL8-23" target="cLTC8Ta03XSz9wgc8oL8-16">
+           <mxGeometry relative="1" as="geometry">
+             <mxPoint x="572.5000000000001" y="225" as="sourcePoint" />
+           </mxGeometry>
+         </mxCell>
+         <mxCell id="cLTC8Ta03XSz9wgc8oL8-13" value="POST" style="rounded=0;orthogonalLoop=1;jettySize=auto;html=1;startArrow=none;startFill=0;fillColor=#dae8fc;strokeColor=#6c8ebf;" edge="1" parent="cLTC8Ta03XSz9wgc8oL8-30" source="cLTC8Ta03XSz9wgc8oL8-26" target="cLTC8Ta03XSz9wgc8oL8-14">
+           <mxGeometry relative="1" as="geometry" />
+         </mxCell>
+         <mxCell id="cLTC8Ta03XSz9wgc8oL8-14" value="기훈단 서버" style="ellipse;shape=cloud;whiteSpace=wrap;html=1;fillColor=#dae8fc;strokeColor=#6c8ebf;" vertex="1" parent="cLTC8Ta03XSz9wgc8oL8-30">
+           <mxGeometry x="750.0000000000001" y="200" width="120" height="80" as="geometry" />
+         </mxCell>
+         <mxCell id="cLTC8Ta03XSz9wgc8oL8-16" value="Mail Queue" style="html=1;shadow=0;dashed=0;align=center;verticalAlign=middle;shape=mxgraph.arrows2.arrow;dy=0;dx=30;notch=30;fillColor=#f5f5f5;fontColor=#333333;strokeColor=#666666;" vertex="1" parent="cLTC8Ta03XSz9wgc8oL8-30">
+           <mxGeometry x="481.59000000000026" y="60" width="190" height="60" as="geometry" />
+         </mxCell>
+         <mxCell id="cLTC8Ta03XSz9wgc8oL8-17" value="POST" style="edgeStyle=orthogonalEdgeStyle;rounded=0;orthogonalLoop=1;jettySize=auto;html=1;fillColor=#dae8fc;strokeColor=#6c8ebf;" edge="1" parent="cLTC8Ta03XSz9wgc8oL8-30" source="cLTC8Ta03XSz9wgc8oL8-18" target="cLTC8Ta03XSz9wgc8oL8-23">
+           <mxGeometry relative="1" as="geometry">
+             <mxPoint x="260" y="240" as="targetPoint" />
            <Array as="points">
-               <mxPoint x="948.41" y="-220" />
-               <mxPoint x="948.41" y="-220" />
+               <mxPoint x="250" y="230" />
+               <mxPoint x="250" y="230" />
            </Array>
          </mxGeometry>
        </mxCell>
-         <mxCell id="cLTC8Ta03XSz9wgc8oL8-18" value="Client" style="rounded=1;whiteSpace=wrap;html=1;fillColor=#ffe6cc;strokeColor=#d79b00;" vertex="1" parent="1">
-           <mxGeometry x="748.41" y="-240" width="120" height="60" as="geometry" />
-         </mxCell>
-         <mxCell id="cLTC8Ta03XSz9wgc8oL8-19" value="Mail" style="strokeWidth=2;html=1;shape=mxgraph.flowchart.database;whiteSpace=wrap;fillColor=#f5f5f5;fontColor=#333333;strokeColor=#666666;" vertex="1" parent="1">
-           <mxGeometry x="1018.41" y="-350" width="60" height="60" as="geometry" />
-         </mxCell>
-         <mxCell id="cLTC8Ta03XSz9wgc8oL8-20" value="편지 저장" style="edgeStyle=orthogonalEdgeStyle;rounded=0;orthogonalLoop=1;jettySize=auto;html=1;" edge="1" parent="1" source="cLTC8Ta03XSz9wgc8oL8-23" target="cLTC8Ta03XSz9wgc8oL8-19">
-           <mxGeometry relative="1" as="geometry" />
-         </mxCell>
-         <mxCell id="cLTC8Ta03XSz9wgc8oL8-21" value="전송" style="edgeStyle=orthogonalEdgeStyle;rounded=0;orthogonalLoop=1;jettySize=auto;html=1;dashed=1;fillColor=#e1d5e7;strokeColor=#9673a6;" edge="1" parent="1" source="cLTC8Ta03XSz9wgc8oL8-23" target="cLTC8Ta03XSz9wgc8oL8-26">
-           <mxGeometry relative="1" as="geometry">
-             <mxPoint x="1248.41" y="-210" as="targetPoint" />
-           </mxGeometry>
-         </mxCell>
-         <mxCell id="cLTC8Ta03XSz9wgc8oL8-22" value="50ms" style="edgeStyle=orthogonalEdgeStyle;rounded=0;orthogonalLoop=1;jettySize=auto;html=1;strokeColor=#67AB9F;" edge="1" parent="1" source="cLTC8Ta03XSz9wgc8oL8-23" target="cLTC8Ta03XSz9wgc8oL8-18">
+         <mxCell id="cLTC8Ta03XSz9wgc8oL8-18" value="Client" style="rounded=1;whiteSpace=wrap;html=1;fillColor=#ffe6cc;strokeColor=#d79b00;" vertex="1" parent="cLTC8Ta03XSz9wgc8oL8-30">
+           <mxGeometry x="50" y="210" width="120" height="60" as="geometry" />
+         </mxCell>
+         <mxCell id="cLTC8Ta03XSz9wgc8oL8-19" value="Mail" style="strokeWidth=2;html=1;shape=mxgraph.flowchart.database;whiteSpace=wrap;fillColor=#f5f5f5;fontColor=#333333;strokeColor=#666666;" vertex="1" parent="cLTC8Ta03XSz9wgc8oL8-30">
+           <mxGeometry x="320" y="100" width="60" height="60" as="geometry" />
+         </mxCell>
+         <mxCell id="cLTC8Ta03XSz9wgc8oL8-20" value="편지 저장" style="edgeStyle=orthogonalEdgeStyle;rounded=0;orthogonalLoop=1;jettySize=auto;html=1;" edge="1" parent="cLTC8Ta03XSz9wgc8oL8-30" source="cLTC8Ta03XSz9wgc8oL8-23" target="cLTC8Ta03XSz9wgc8oL8-19">
+           <mxGeometry relative="1" as="geometry" />
+         </mxCell>
+         <mxCell id="cLTC8Ta03XSz9wgc8oL8-21" value="전송" style="edgeStyle=orthogonalEdgeStyle;rounded=0;orthogonalLoop=1;jettySize=auto;html=1;dashed=1;fillColor=#e1d5e7;strokeColor=#9673a6;" edge="1" parent="cLTC8Ta03XSz9wgc8oL8-30" source="cLTC8Ta03XSz9wgc8oL8-23" target="cLTC8Ta03XSz9wgc8oL8-26">
+           <mxGeometry relative="1" as="geometry">
+             <mxPoint x="550.0000000000001" y="240" as="targetPoint" />
+           </mxGeometry>
+         </mxCell>
+         <mxCell id="cLTC8Ta03XSz9wgc8oL8-22" value="50ms" style="edgeStyle=orthogonalEdgeStyle;rounded=0;orthogonalLoop=1;jettySize=auto;html=1;strokeColor=#67AB9F;" edge="1" parent="cLTC8Ta03XSz9wgc8oL8-30" source="cLTC8Ta03XSz9wgc8oL8-23" target="cLTC8Ta03XSz9wgc8oL8-18">
          <mxGeometry relative="1" as="geometry">
            <Array as="points">
-               <mxPoint x="948.41" y="-200" />
-               <mxPoint x="948.41" y="-200" />
+               <mxPoint x="250" y="250" />
+               <mxPoint x="250" y="250" />
            </Array>
          </mxGeometry>
        </mxCell>
-         <mxCell id="cLTC8Ta03XSz9wgc8oL8-23" value="/mail" style="rounded=1;whiteSpace=wrap;html=1;" vertex="1" parent="1">
-           <mxGeometry x="988.41" y="-240" width="120" height="60" as="geometry" />
-         </mxCell>
-         <mxCell id="cLTC8Ta03XSz9wgc8oL8-26" value="sendMail" style="ellipse;whiteSpace=wrap;html=1;" vertex="1" parent="1">
-           <mxGeometry x="1234.66" y="-250" width="120" height="80" as="geometry" />
+         <mxCell id="cLTC8Ta03XSz9wgc8oL8-23" value="/mail" style="rounded=1;whiteSpace=wrap;html=1;" vertex="1" parent="cLTC8Ta03XSz9wgc8oL8-30">
+           <mxGeometry x="290" y="210" width="120" height="60" as="geometry" />
+         </mxCell>
+         <mxCell id="cLTC8Ta03XSz9wgc8oL8-26" value="sendMail" style="ellipse;whiteSpace=wrap;html=1;" vertex="1" parent="cLTC8Ta03XSz9wgc8oL8-30">
+           <mxGeometry x="536.2500000000001" y="200" width="120" height="80" as="geometry" />
        </mxCell>
      </root>
    </mxGraphModel>
  </diagram>
</mxfile>
